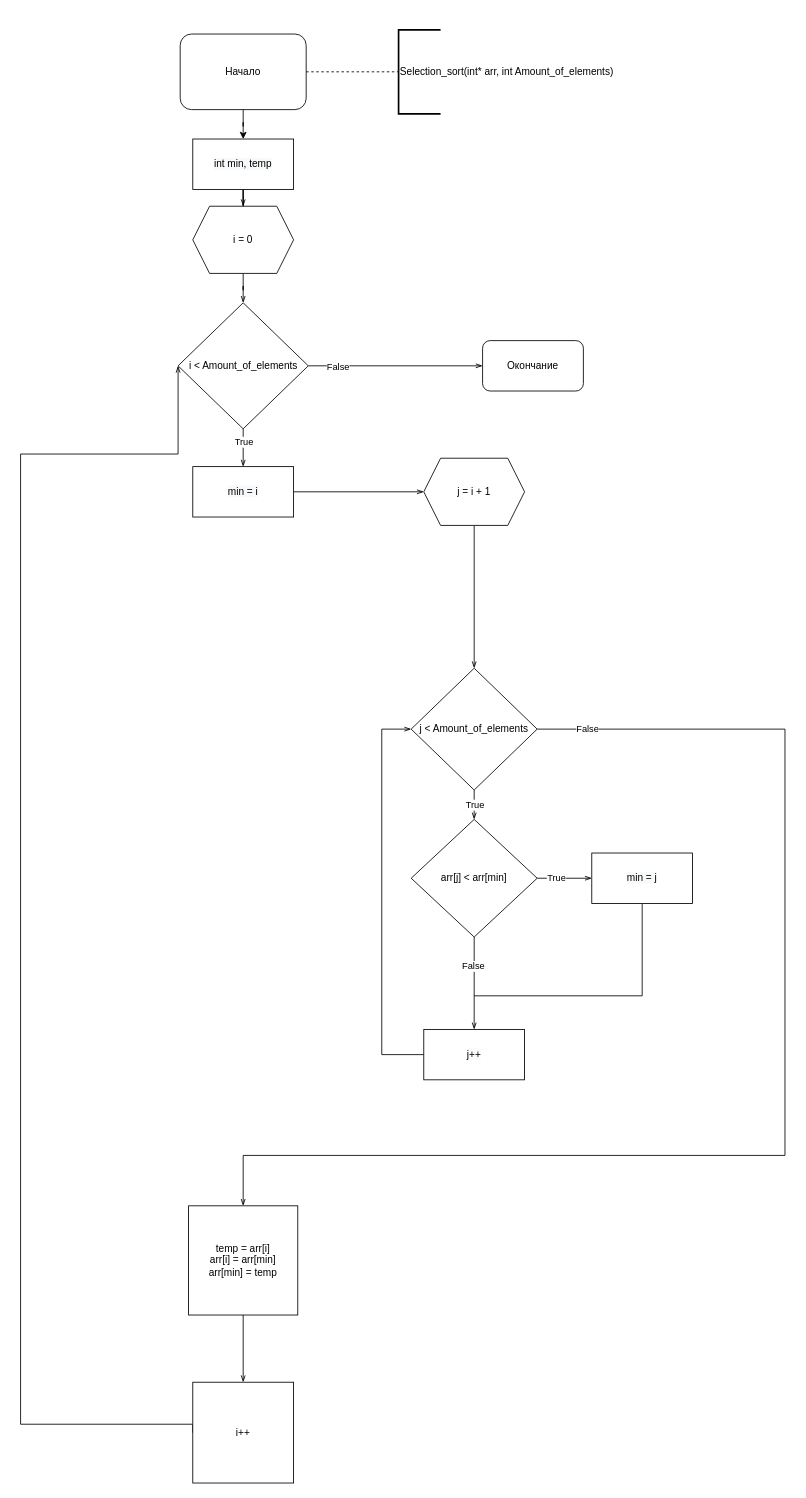
Earlier version of the draw.io diagram Untitled Diagram.drawio (khanhbg339/Logic_Thuat_toan). Source tidied: cells renumbered, new cells numbered last; positions are measured from the earlier drawing's top-left corner, leaving out a move shared by most shapes. Both pictures are drawn from the tidied source at 84%, with x=0, y=0 at pixel (20, 29).
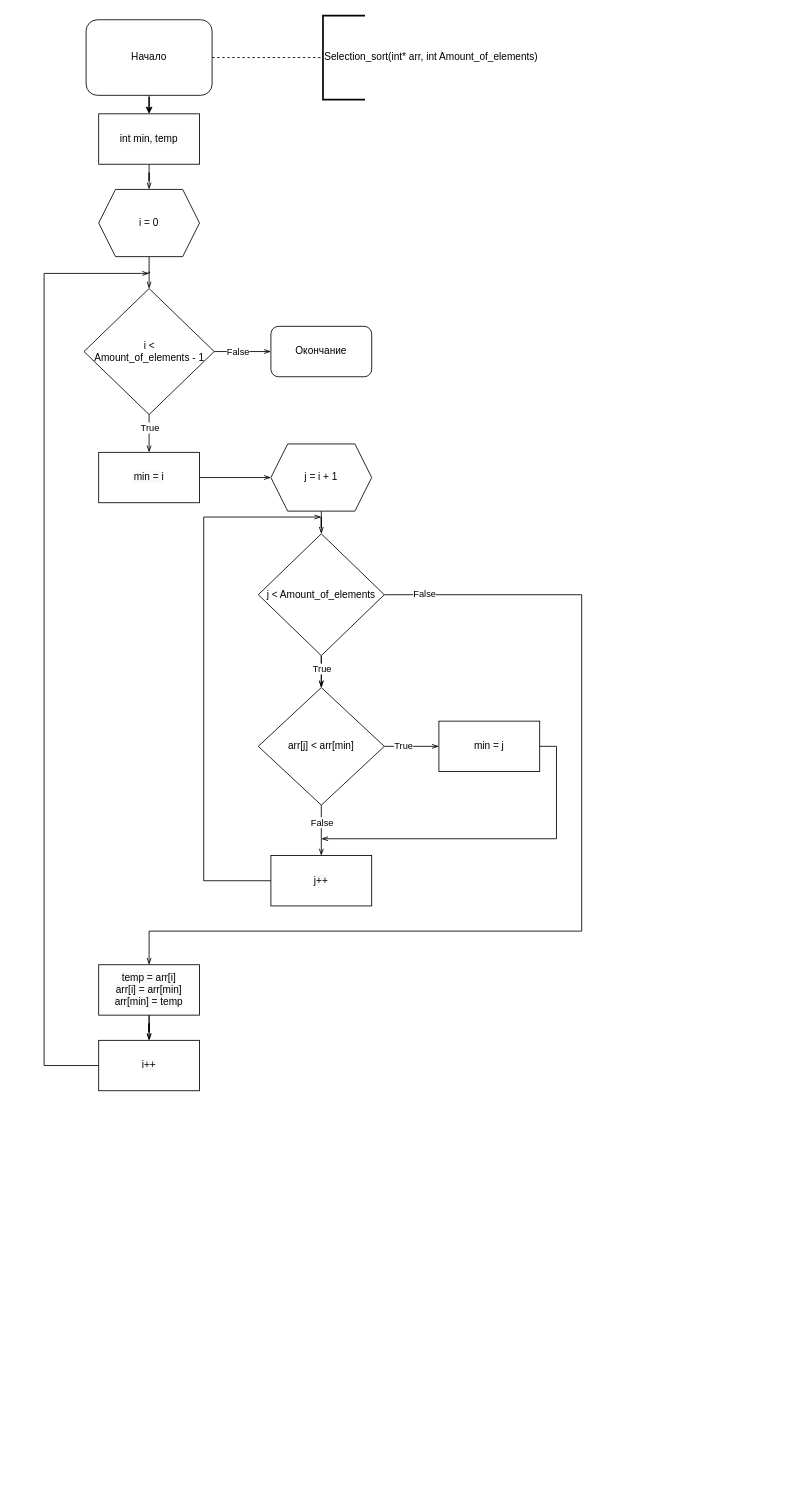
The same diagram, later.

Unchanged cells that the change refers to:
```xml
<mxCell id="6" style="edgeStyle=orthogonalEdgeStyle;rounded=0;jettySize=auto;html=1;exitX=1;exitY=0.5;exitDx=0;exitDy=0;startArrow=none;startFill=0;endArrow=openThin;endFill=0;" parent="1" edge="1" source="10" target="32">
  <mxGeometry relative="1" as="geometry" />
</mxCell>
<mxCell id="18" style="edgeStyle=orthogonalEdgeStyle;rounded=0;jettySize=auto;html=1;startArrow=none;startFill=0;endArrow=openThin;endFill=0;" parent="1" edge="1" source="22" target="27">
  <mxGeometry relative="1" as="geometry" />
</mxCell>
<mxCell id="23" style="edgeStyle=orthogonalEdgeStyle;rounded=0;jettySize=auto;html=1;startArrow=none;startFill=0;endArrow=openThin;endFill=0;entryX=0.5;entryY=0;entryDx=0;entryDy=0;" parent="1" edge="1" source="27" target="37">
  <mxGeometry relative="1" as="geometry" />
</mxCell>
```

What changed in the source:
```diff
@@
     <mxCell id="3" value="Начало" style="rounded=1;whiteSpace=wrap;html=1;" parent="1" vertex="1">
-      <mxGeometry x="190" y="5" width="150" height="90" as="geometry" />
+      <mxGeometry x="78" y="-12" width="150" height="90" as="geometry" />
     </mxCell>
     <mxCell id="4" value="Selection_sort(int* arr, int Amount_of_elements)" style="strokeWidth=2;html=1;shape=mxgraph.flowchart.annotation_1;align=left;" parent="1" vertex="1">
-      <mxGeometry x="450" width="50" height="100" as="geometry" />
+      <mxGeometry x="360" y="-17" width="50" height="100" as="geometry" />
     </mxCell>
@@
     <mxCell id="7" value="False" style="edgeLabel;html=1;align=center;verticalAlign=middle;" parent="6" vertex="1">
       <mxGeometry x="-0.71" y="-3" relative="1" as="geometry">
-        <mxPoint x="5" y="-3" as="offset" />
+        <mxPoint x="18" y="-3" as="offset" />
       </mxGeometry>
     </mxCell>
     <mxCell id="8" style="edgeStyle=orthogonalEdgeStyle;rounded=0;jettySize=auto;html=1;startArrow=none;startFill=0;endArrow=openThin;endFill=0;entryX=0.5;entryY=0;entryDx=0;entryDy=0;" parent="1" edge="1" source="10" target="35">
       <mxGeometry relative="1" as="geometry">
         <Array as="points">
-          <mxPoint x="270" y="420" />
-          <mxPoint x="270" y="420" />
+          <mxPoint x="158" y="403" />
+          <mxPoint x="158" y="403" />
         </Array>
       </mxGeometry>
     </mxCell>
@@
-    <mxCell id="10" value="i &amp;lt; Amount_of_elements" style="rhombus;whiteSpace=wrap;html=1;" parent="1" vertex="1">
-      <mxGeometry x="187.5" y="325" width="155" height="150" as="geometry" />
+    <mxCell id="10" value="i &amp;lt; &lt;br&gt;Amount_of_elements - 1" style="rhombus;whiteSpace=wrap;html=1;" parent="1" vertex="1">
+      <mxGeometry x="75.5" y="308" width="155" height="150" as="geometry" />
     </mxCell>
@@
-    <mxCell id="12" style="edgeStyle=orthogonalEdgeStyle;rounded=0;jettySize=auto;html=1;entryX=0;entryY=0.5;entryDx=0;entryDy=0;startArrow=none;startFill=0;endArrow=openThin;endFill=0;exitX=0;exitY=0.5;exitDx=0;exitDy=0;" parent="1" edge="1" source="13" target="10">
+    <mxCell id="12" style="edgeStyle=orthogonalEdgeStyle;rounded=0;jettySize=auto;html=1;startArrow=none;startFill=0;endArrow=openThin;endFill=0;exitX=0;exitY=0.5;exitDx=0;exitDy=0;" parent="1" edge="1" source="13">
       <mxGeometry relative="1" as="geometry">
+        <mxPoint x="153" y="290" as="targetPoint" />
         <Array as="points">
-          <mxPoint y="1660" />
-          <mxPoint y="505" />
+          <mxPoint x="28" y="1233" />
+          <mxPoint x="28" y="290" />
         </Array>
       </mxGeometry>
     </mxCell>
-    <mxCell id="13" value="i++" style="whiteSpace=wrap;html=1;" parent="1" vertex="1">
-      <mxGeometry x="205" y="1610" width="120" height="120" as="geometry" />
-    </mxCell>
@@
     <mxCell id="15" value="i = 0" style="shape=hexagon;perimeter=hexagonPerimeter2;whiteSpace=wrap;html=1;fixedSize=1;" parent="1" vertex="1">
-      <mxGeometry x="205" y="210" width="120" height="80" as="geometry" />
+      <mxGeometry x="93" y="190" width="120" height="80" as="geometry" />
     </mxCell>
@@
     <mxCell id="17" value="j = i + 1" style="shape=hexagon;perimeter=hexagonPerimeter2;whiteSpace=wrap;html=1;fixedSize=1;" parent="1" vertex="1">
-      <mxGeometry x="480" y="510" width="120" height="80" as="geometry" />
+      <mxGeometry x="298" y="493" width="120" height="80" as="geometry" />
     </mxCell>
@@
-    <mxCell id="19" value="True" style="edgeLabel;html=1;align=center;verticalAlign=middle;" parent="18" vertex="1">
-      <mxGeometry x="-0.24" relative="1" as="geometry" />
-    </mxCell>
-    <mxCell id="20" style="edgeStyle=orthogonalEdgeStyle;rounded=0;jettySize=auto;html=1;exitX=1;exitY=0.5;exitDx=0;exitDy=0;entryX=0.5;entryY=0;entryDx=0;entryDy=0;startArrow=none;startFill=0;endArrow=openThin;endFill=0;" parent="1" edge="1" source="22" target="31">
+    <mxCell id="20" style="edgeStyle=orthogonalEdgeStyle;rounded=0;jettySize=auto;html=1;exitX=1;exitY=0.5;exitDx=0;exitDy=0;startArrow=none;startFill=0;endArrow=openThin;endFill=0;entryX=0.5;entryY=0;entryDx=0;entryDy=0;" parent="1" edge="1" source="22" target="31">
       <mxGeometry relative="1" as="geometry">
         <Array as="points">
-          <mxPoint x="910" y="833" />
-          <mxPoint x="910" y="1340" />
-          <mxPoint x="265" y="1340" />
+          <mxPoint x="668" y="672" />
+          <mxPoint x="668" y="1073" />
+          <mxPoint x="153" y="1073" />
         </Array>
       </mxGeometry>
     </mxCell>
@@
+    <mxCell id="38" style="edgeStyle=orthogonalEdgeStyle;rounded=0;jettySize=auto;html=1;startArrow=none;startFill=0;endArrow=openThin;endFill=0;" parent="1" edge="1" source="22" target="27">
+      <mxGeometry relative="1" as="geometry" />
+    </mxCell>
+    <mxCell id="19" value="True" style="edgeLabel;html=1;align=center;verticalAlign=middle;" parent="38" vertex="1">
+      <mxGeometry x="-0.27" relative="1" as="geometry" />
+    </mxCell>
     <mxCell id="22" value="j &amp;lt; Amount_of_elements" style="rhombus;whiteSpace=wrap;html=1;" parent="1" vertex="1">
-      <mxGeometry x="465" y="760" width="150" height="145" as="geometry" />
+      <mxGeometry x="283" y="600" width="150" height="145" as="geometry" />
     </mxCell>
@@
     <mxCell id="24" value="False" style="edgeLabel;html=1;align=center;verticalAlign=middle;" parent="23" vertex="1">
-      <mxGeometry x="-0.38" y="-2" relative="1" as="geometry" />
+      <mxGeometry x="-0.38" y="-2" relative="1" as="geometry">
+        <mxPoint x="2" y="1" as="offset" />
+      </mxGeometry>
     </mxCell>
@@
     <mxCell id="27" value="arr[j] &amp;lt; arr[min]" style="rhombus;whiteSpace=wrap;html=1;" parent="1" vertex="1">
-      <mxGeometry x="465" y="940" width="150" height="140" as="geometry" />
+      <mxGeometry x="283" y="783" width="150" height="140" as="geometry" />
     </mxCell>
-    <mxCell id="28" style="edgeStyle=orthogonalEdgeStyle;rounded=0;jettySize=auto;html=1;entryX=0;entryY=0.5;entryDx=0;entryDy=0;startArrow=none;startFill=0;endArrow=openThin;endFill=0;exitX=0;exitY=0.5;exitDx=0;exitDy=0;" parent="1" edge="1" source="37" target="22">
+    <mxCell id="28" style="edgeStyle=orthogonalEdgeStyle;rounded=0;jettySize=auto;html=1;startArrow=none;startFill=0;endArrow=openThin;endFill=0;exitX=0;exitY=0.5;exitDx=0;exitDy=0;" parent="1" edge="1" source="37">
       <mxGeometry relative="1" as="geometry">
+        <mxPoint x="358" y="580" as="targetPoint" />
         <Array as="points">
-          <mxPoint x="430" y="1220" />
-          <mxPoint x="430" y="832" />
+          <mxPoint x="218" y="1013" />
+          <mxPoint x="218" y="580" />
         </Array>
       </mxGeometry>
     </mxCell>
-    <mxCell id="29" style="edgeStyle=orthogonalEdgeStyle;rounded=0;jettySize=auto;html=1;exitX=0.5;exitY=1;exitDx=0;exitDy=0;startArrow=none;startFill=0;endArrow=none;endFill=0;" parent="1" edge="1" source="36">
-      <mxGeometry relative="1" as="geometry">
-        <mxPoint x="540" y="1150" as="targetPoint" />
-        <Array as="points">
-          <mxPoint x="740" y="1150" />
-        </Array>
-      </mxGeometry>
-    </mxCell>
-    <mxCell id="30" style="edgeStyle=orthogonalEdgeStyle;rounded=0;jettySize=auto;html=1;startArrow=none;startFill=0;endArrow=openThin;endFill=0;" parent="1" edge="1" source="31" target="13">
-      <mxGeometry relative="1" as="geometry" />
-    </mxCell>
-    <mxCell id="31" value="temp = arr[i]&lt;br&gt;arr[i] = arr[min]&lt;br&gt;arr[min] = temp" style="whiteSpace=wrap;html=1;" parent="1" vertex="1">
-      <mxGeometry x="200" y="1400" width="130" height="130" as="geometry" />
-    </mxCell>
     <mxCell id="32" value="Окончание" style="rounded=1;whiteSpace=wrap;html=1;" parent="1" vertex="1">
-      <mxGeometry x="550" y="370" width="120" height="60" as="geometry" />
+      <mxGeometry x="298" y="353" width="120" height="60" as="geometry" />
     </mxCell>
-    <mxCell id="33" style="edgeStyle=orthogonalEdgeStyle;rounded=0;jettySize=auto;html=1;startArrow=none;startFill=0;endArrow=openThin;endFill=0;" parent="1" edge="1" source="34" target="15">
+    <mxCell id="33" style="edgeStyle=orthogonalEdgeStyle;rounded=0;jettySize=auto;html=1;startArrow=none;startFill=0;endArrow=openThin;endFill=0;entryX=0.5;entryY=0;entryDx=0;entryDy=0;" parent="1" edge="1" source="34" target="15">
       <mxGeometry relative="1" as="geometry" />
     </mxCell>
     <mxCell id="34" value="&#10;&#10;&lt;span style=&quot;color: rgb(0, 0, 0); font-family: helvetica; font-size: 12px; font-style: normal; font-weight: 400; letter-spacing: normal; text-align: center; text-indent: 0px; text-transform: none; word-spacing: 0px; background-color: rgb(248, 249, 250); display: inline; float: none;&quot;&gt;int min, temp&lt;/span&gt;&#10;&#10;" style="rounded=0;whiteSpace=wrap;html=1;" parent="1" vertex="1">
-      <mxGeometry x="205" y="130" width="120" height="60" as="geometry" />
+      <mxGeometry x="93" y="100" width="120" height="60" as="geometry" />
     </mxCell>
     <mxCell id="35" value="&#10;&#10;&lt;span style=&quot;color: rgb(0, 0, 0); font-family: helvetica; font-size: 12px; font-style: normal; font-weight: 400; letter-spacing: normal; text-align: center; text-indent: 0px; text-transform: none; word-spacing: 0px; background-color: rgb(248, 249, 250); display: inline; float: none;&quot;&gt;min = i&lt;/span&gt;&#10;&#10;" style="rounded=0;whiteSpace=wrap;html=1;" parent="1" vertex="1">
-      <mxGeometry x="205" y="520" width="120" height="60" as="geometry" />
+      <mxGeometry x="93" y="503" width="120" height="60" as="geometry" />
     </mxCell>
+    <mxCell id="39" style="edgeStyle=orthogonalEdgeStyle;rounded=0;jettySize=auto;html=1;exitX=1;exitY=0.5;exitDx=0;exitDy=0;startArrow=none;startFill=0;endArrow=openThin;endFill=0;" parent="1" edge="1" source="36">
+      <mxGeometry relative="1" as="geometry">
+        <mxPoint x="358" y="963" as="targetPoint" />
+        <Array as="points">
+          <mxPoint x="638" y="853" />
+          <mxPoint x="638" y="963" />
+          <mxPoint x="358" y="963" />
+        </Array>
+      </mxGeometry>
+    </mxCell>
     <mxCell id="36" value="&#10;&#10;&lt;span style=&quot;color: rgb(0, 0, 0); font-family: helvetica; font-size: 12px; font-style: normal; font-weight: 400; letter-spacing: normal; text-align: center; text-indent: 0px; text-transform: none; word-spacing: 0px; background-color: rgb(248, 249, 250); display: inline; float: none;&quot;&gt;min = j&lt;/span&gt;&#10;&#10;" style="rounded=0;whiteSpace=wrap;html=1;" parent="1" vertex="1">
-      <mxGeometry x="680" y="980" width="120" height="60" as="geometry" />
+      <mxGeometry x="498" y="823" width="120" height="60" as="geometry" />
     </mxCell>
     <mxCell id="37" value="&#10;&#10;&lt;span style=&quot;color: rgb(0, 0, 0); font-family: helvetica; font-size: 12px; font-style: normal; font-weight: 400; letter-spacing: normal; text-align: center; text-indent: 0px; text-transform: none; word-spacing: 0px; background-color: rgb(248, 249, 250); display: inline; float: none;&quot;&gt;j++&lt;/span&gt;&#10;&#10;" style="rounded=0;whiteSpace=wrap;html=1;" parent="1" vertex="1">
-      <mxGeometry x="480" y="1190" width="120" height="60" as="geometry" />
+      <mxGeometry x="298" y="983" width="120" height="60" as="geometry" />
     </mxCell>
+    <mxCell id="40" style="edgeStyle=orthogonalEdgeStyle;rounded=0;jettySize=auto;html=1;startArrow=none;startFill=0;endArrow=openThin;endFill=0;" parent="1" edge="1" source="31" target="13">
+      <mxGeometry relative="1" as="geometry" />
+    </mxCell>
+    <mxCell id="41" style="edgeStyle=orthogonalEdgeStyle;rounded=0;jettySize=auto;html=1;startArrow=none;startFill=0;endArrow=openThin;endFill=0;" parent="1" edge="1" source="31" target="13">
+      <mxGeometry relative="1" as="geometry" />
+    </mxCell>
+    <mxCell id="31" value="&#10;&#10;&lt;span style=&quot;color: rgb(0, 0, 0); font-family: helvetica; font-size: 12px; font-style: normal; font-weight: 400; letter-spacing: normal; text-align: center; text-indent: 0px; text-transform: none; word-spacing: 0px; background-color: rgb(248, 249, 250); display: inline; float: none;&quot;&gt;temp = arr[i]&lt;/span&gt;&lt;br style=&quot;color: rgb(0, 0, 0); font-family: helvetica; font-size: 12px; font-style: normal; font-weight: 400; letter-spacing: normal; text-align: center; text-indent: 0px; text-transform: none; word-spacing: 0px; background-color: rgb(248, 249, 250);&quot;&gt;&lt;span style=&quot;color: rgb(0, 0, 0); font-family: helvetica; font-size: 12px; font-style: normal; font-weight: 400; letter-spacing: normal; text-align: center; text-indent: 0px; text-transform: none; word-spacing: 0px; background-color: rgb(248, 249, 250); display: inline; float: none;&quot;&gt;arr[i] = arr[min]&lt;/span&gt;&lt;br style=&quot;color: rgb(0, 0, 0); font-family: helvetica; font-size: 12px; font-style: normal; font-weight: 400; letter-spacing: normal; text-align: center; text-indent: 0px; text-transform: none; word-spacing: 0px; background-color: rgb(248, 249, 250);&quot;&gt;&lt;span style=&quot;color: rgb(0, 0, 0); font-family: helvetica; font-size: 12px; font-style: normal; font-weight: 400; letter-spacing: normal; text-align: center; text-indent: 0px; text-transform: none; word-spacing: 0px; background-color: rgb(248, 249, 250); display: inline; float: none;&quot;&gt;arr[min] = temp&lt;/span&gt;&#10;&#10;" style="rounded=0;whiteSpace=wrap;html=1;" parent="1" vertex="1">
+      <mxGeometry x="93" y="1113" width="120" height="60" as="geometry" />
+    </mxCell>
+    <mxCell id="13" value="&#10;&#10;&lt;span style=&quot;color: rgb(0, 0, 0); font-family: helvetica; font-size: 12px; font-style: normal; font-weight: 400; letter-spacing: normal; text-align: center; text-indent: 0px; text-transform: none; word-spacing: 0px; background-color: rgb(248, 249, 250); display: inline; float: none;&quot;&gt;i++&lt;/span&gt;&#10;&#10;" style="rounded=0;whiteSpace=wrap;html=1;" parent="1" vertex="1">
+      <mxGeometry x="93" y="1203" width="120" height="60" as="geometry" />
+    </mxCell>
```
